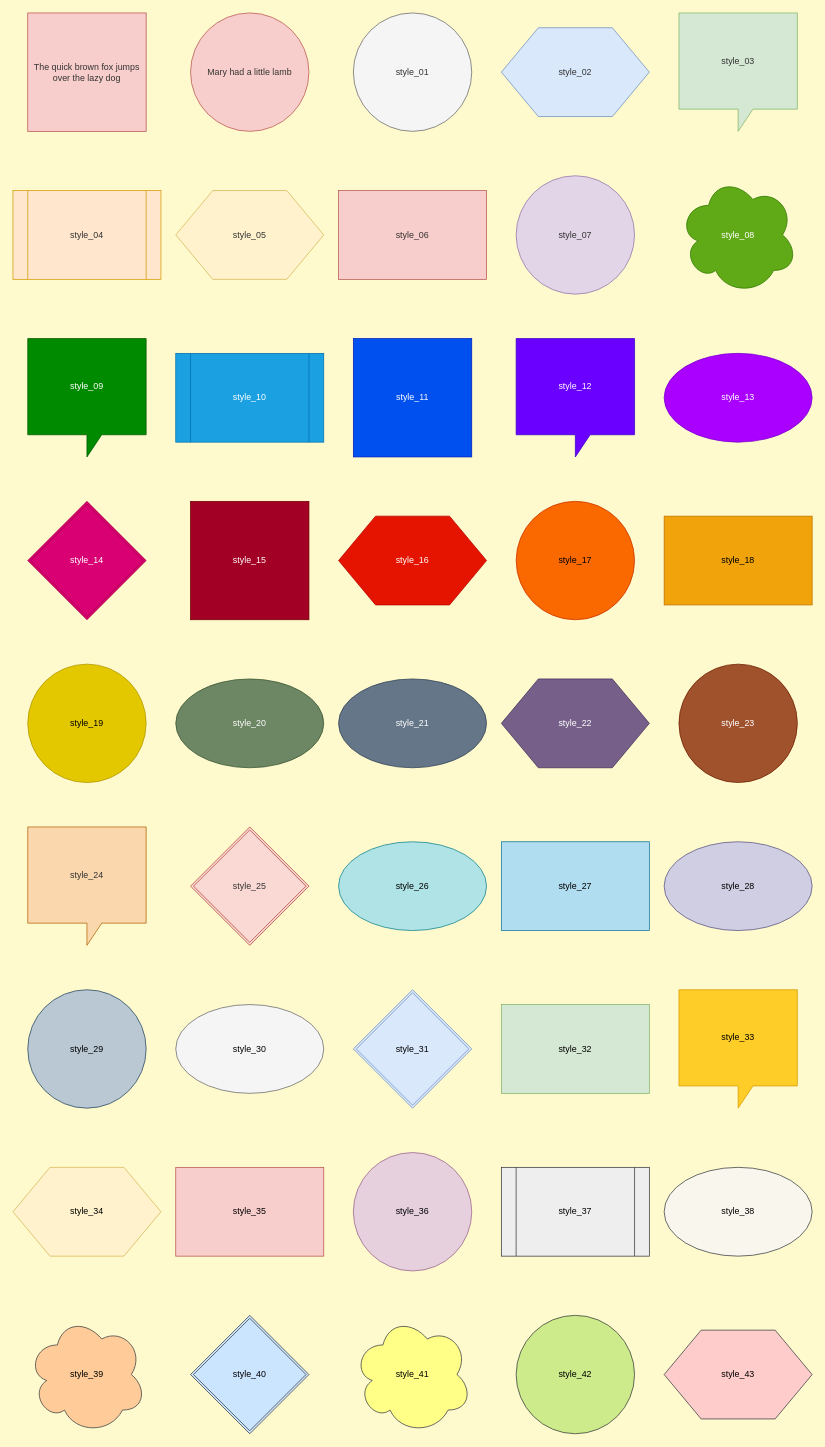
Earlier version of the draw.io diagram spec/.samples/drawio/25-themes.drawio (klueless-io/drawio_dsl). Source tidied: cells renumbered, new cells numbered last; positions are measured from the earlier drawing's top-left corner, leaving out a move shared by most shapes. Both pictures are drawn from the tidied source at 74%, with x=0, y=0 at pixel (13, 13).
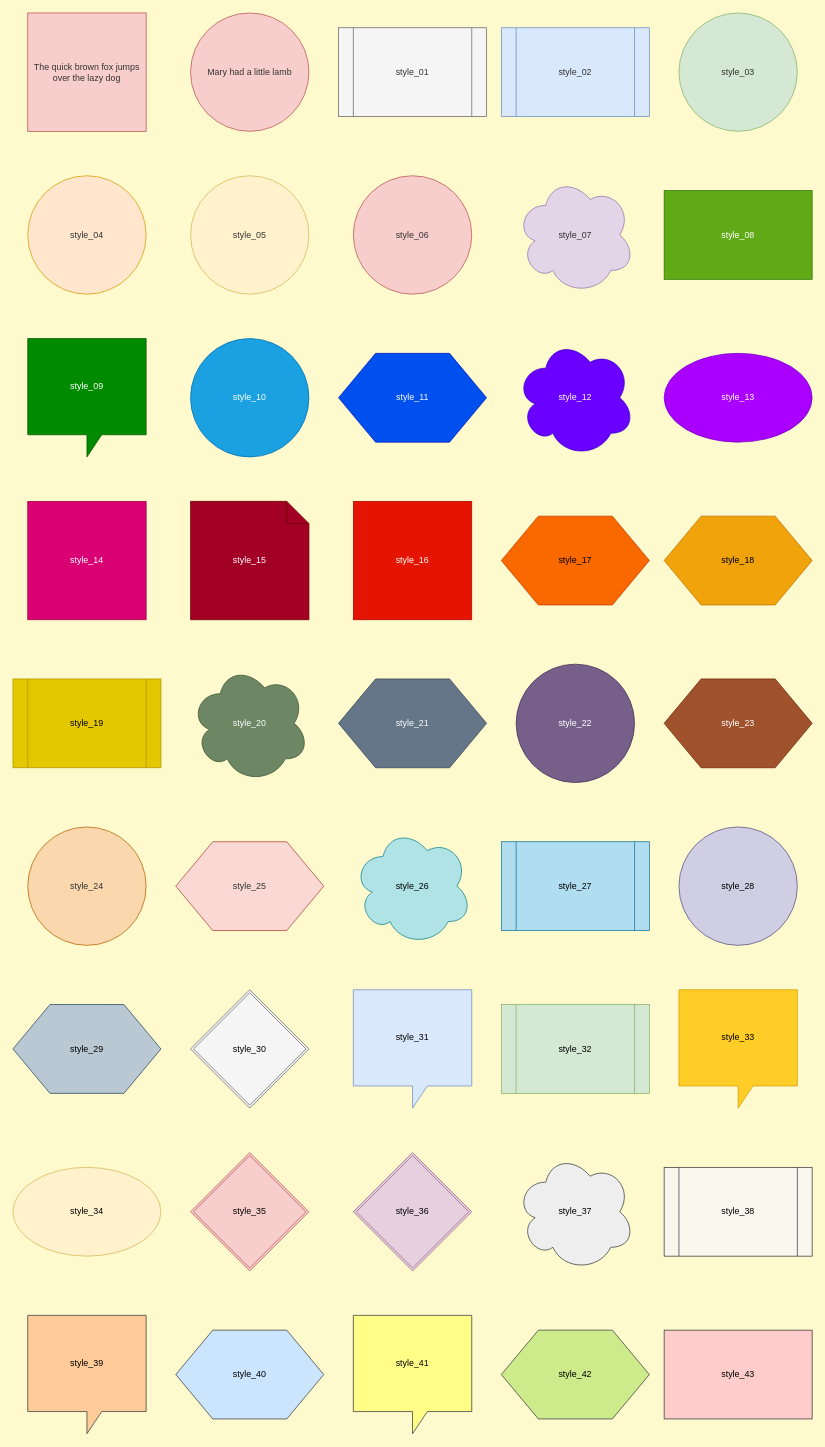
The same diagram, later.

Diff of the diagram source:
```diff
@@
-    <mxCell id="0" />
-    <mxCell id="1" parent="0" />
+    <mxCell id="47" />
+    <mxCell id="48" parent="47" />
-    <mxCell id="2" value="The quick brown fox jumps over the lazy dog" style="whiteSpace=wrap;html=1;fillColor=#f8cecc;strokeColor=#b85450;fontColor=#333333;" parent="1" vertex="1">
+    <mxCell id="2" value="The quick brown fox jumps over the lazy dog" style="whiteSpace=wrap;html=1;fillColor=#f8cecc;strokeColor=#b85450;fontColor=#333333;" parent="48" vertex="1">
       <mxGeometry x="20" width="160" height="160" as="geometry" />
     </mxCell>
-    <mxCell id="3" value="Mary had a little lamb" style="double=1;ellipse;whiteSpace=wrap;html=1;fillColor=#f8cecc;strokeColor=#b85450;fontColor=#333333;" parent="1" vertex="1">
+    <mxCell id="3" value="Mary had a little lamb" style="double=1;ellipse;whiteSpace=wrap;html=1;fillColor=#f8cecc;strokeColor=#b85450;fontColor=#333333;" parent="48" vertex="1">
       <mxGeometry x="240" width="160" height="160" as="geometry" />
     </mxCell>
-    <mxCell id="4" value="style_01" style="double=1;ellipse;whiteSpace=wrap;html=1;fillColor=#f5f5f5;strokeColor=#666666;fontColor=#333333;" parent="1" vertex="1">
-      <mxGeometry x="460" width="160" height="160" as="geometry" />
+    <mxCell id="4" value="style_01" style="double=1;shape=process;whiteSpace=wrap;html=1;fillColor=#f5f5f5;strokeColor=#666666;fontColor=#333333;" parent="48" vertex="1">
+      <mxGeometry x="440" y="20" width="200" height="120" as="geometry" />
     </mxCell>
-    <mxCell id="5" value="style_02" style="double=1;shape=hexagon;whiteSpace=wrap;html=1;fillColor=#dae8fc;strokeColor=#6c8ebf;fontColor=#333333;" parent="1" vertex="1">
+    <mxCell id="5" value="style_02" style="double=1;shape=process;whiteSpace=wrap;html=1;fillColor=#dae8fc;strokeColor=#6c8ebf;fontColor=#333333;" parent="48" vertex="1">
       <mxGeometry x="660" y="20" width="200" height="120" as="geometry" />
     </mxCell>
-    <mxCell id="6" value="style_03" style="double=1;shape=callout;whiteSpace=wrap;html=1;fillColor=#d5e8d4;strokeColor=#82b366;fontColor=#333333;" parent="1" vertex="1">
+    <mxCell id="6" value="style_03" style="double=1;ellipse;whiteSpace=wrap;html=1;fillColor=#d5e8d4;strokeColor=#82b366;fontColor=#333333;" parent="48" vertex="1">
       <mxGeometry x="900" width="160" height="160" as="geometry" />
     </mxCell>
-    <mxCell id="7" value="style_04" style="double=1;shape=process;whiteSpace=wrap;html=1;fillColor=#ffe6cc;strokeColor=#d79b00;fontColor=#333333;" parent="1" vertex="1">
-      <mxGeometry y="240" width="200" height="120" as="geometry" />
+    <mxCell id="7" value="style_04" style="double=1;ellipse;whiteSpace=wrap;html=1;fillColor=#ffe6cc;strokeColor=#d79b00;fontColor=#333333;" parent="48" vertex="1">
+      <mxGeometry x="20" y="220" width="160" height="160" as="geometry" />
     </mxCell>
-    <mxCell id="8" value="style_05" style="double=1;shape=hexagon;whiteSpace=wrap;html=1;fillColor=#fff2cc;strokeColor=#d6b656;fontColor=#333333;" parent="1" vertex="1">
-      <mxGeometry x="220" y="240" width="200" height="120" as="geometry" />
+    <mxCell id="8" value="style_05" style="double=1;ellipse;whiteSpace=wrap;html=1;fillColor=#fff2cc;strokeColor=#d6b656;fontColor=#333333;" parent="48" vertex="1">
+      <mxGeometry x="240" y="220" width="160" height="160" as="geometry" />
     </mxCell>
-    <mxCell id="9" value="style_06" style="whiteSpace=wrap;html=1;fillColor=#f8cecc;strokeColor=#b85450;fontColor=#333333;" parent="1" vertex="1">
-      <mxGeometry x="440" y="240" width="200" height="120" as="geometry" />
+    <mxCell id="9" value="style_06" style="double=1;ellipse;whiteSpace=wrap;html=1;fillColor=#f8cecc;strokeColor=#b85450;fontColor=#333333;" parent="48" vertex="1">
+      <mxGeometry x="460" y="220" width="160" height="160" as="geometry" />
     </mxCell>
-    <mxCell id="10" value="style_07" style="double=1;ellipse;whiteSpace=wrap;html=1;fillColor=#e1d5e7;strokeColor=#9673a6;fontColor=#333333;" parent="1" vertex="1">
+    <mxCell id="10" value="style_07" style="double=1;shape=cloud;whiteSpace=wrap;html=1;fillColor=#e1d5e7;strokeColor=#9673a6;fontColor=#333333;" parent="48" vertex="1">
       <mxGeometry x="680" y="220" width="160" height="160" as="geometry" />
     </mxCell>
-    <mxCell id="11" value="style_08" style="double=1;shape=cloud;whiteSpace=wrap;html=1;fillColor=#60a917;strokeColor=#2D7600;fontColor=#ffffff;" parent="1" vertex="1">
-      <mxGeometry x="900" y="220" width="160" height="160" as="geometry" />
+    <mxCell id="11" value="style_08" style="whiteSpace=wrap;html=1;fillColor=#60a917;strokeColor=#2D7600;fontColor=#ffffff;" parent="48" vertex="1">
+      <mxGeometry x="880" y="240" width="200" height="120" as="geometry" />
     </mxCell>
-    <mxCell id="12" value="style_09" style="double=1;shape=callout;whiteSpace=wrap;html=1;fillColor=#008a00;strokeColor=#005700;fontColor=#ffffff;" parent="1" vertex="1">
+    <mxCell id="12" value="style_09" style="double=1;shape=callout;whiteSpace=wrap;html=1;fillColor=#008a00;strokeColor=#005700;fontColor=#ffffff;" parent="48" vertex="1">
       <mxGeometry x="20" y="440" width="160" height="160" as="geometry" />
     </mxCell>
-    <mxCell id="13" value="style_10" style="double=1;shape=process;whiteSpace=wrap;html=1;fillColor=#1ba1e2;strokeColor=#006EAF;fontColor=#ffffff;" parent="1" vertex="1">
-      <mxGeometry x="220" y="460" width="200" height="120" as="geometry" />
+    <mxCell id="13" value="style_10" style="double=1;ellipse;whiteSpace=wrap;html=1;fillColor=#1ba1e2;strokeColor=#006EAF;fontColor=#ffffff;" parent="48" vertex="1">
+      <mxGeometry x="240" y="440" width="160" height="160" as="geometry" />
     </mxCell>
-    <mxCell id="14" value="style_11" style="whiteSpace=wrap;html=1;fillColor=#0050ef;strokeColor=#001DBC;fontColor=#ffffff;" parent="1" vertex="1">
-      <mxGeometry x="460" y="440" width="160" height="160" as="geometry" />
+    <mxCell id="14" value="style_11" style="double=1;shape=hexagon;whiteSpace=wrap;html=1;fillColor=#0050ef;strokeColor=#001DBC;fontColor=#ffffff;" parent="48" vertex="1">
+      <mxGeometry x="440" y="460" width="200" height="120" as="geometry" />
     </mxCell>
-    <mxCell id="15" value="style_12" style="double=1;shape=callout;whiteSpace=wrap;html=1;fillColor=#6a00ff;strokeColor=#3700CC;fontColor=#ffffff;" parent="1" vertex="1">
+    <mxCell id="15" value="style_12" style="double=1;shape=cloud;whiteSpace=wrap;html=1;fillColor=#6a00ff;strokeColor=#3700CC;fontColor=#ffffff;" parent="48" vertex="1">
       <mxGeometry x="680" y="440" width="160" height="160" as="geometry" />
     </mxCell>
-    <mxCell id="16" value="style_13" style="double=1;ellipse;whiteSpace=wrap;html=1;fillColor=#aa00ff;strokeColor=#7700CC;fontColor=#ffffff;" parent="1" vertex="1">
+    <mxCell id="16" value="style_13" style="double=1;ellipse;whiteSpace=wrap;html=1;fillColor=#aa00ff;strokeColor=#7700CC;fontColor=#ffffff;" parent="48" vertex="1">
       <mxGeometry x="880" y="460" width="200" height="120" as="geometry" />
     </mxCell>
-    <mxCell id="17" value="style_14" style="double=1;rhombus;whiteSpace=wrap;html=1;fillColor=#d80073;strokeColor=#A50040;fontColor=#ffffff;" parent="1" vertex="1">
+    <mxCell id="17" value="style_14" style="whiteSpace=wrap;html=1;fillColor=#d80073;strokeColor=#A50040;fontColor=#ffffff;" parent="48" vertex="1">
       <mxGeometry x="20" y="660" width="160" height="160" as="geometry" />
     </mxCell>
-    <mxCell id="18" value="style_15" style="whiteSpace=wrap;html=1;fillColor=#a20025;strokeColor=#6F0000;fontColor=#ffffff;" parent="1" vertex="1">
+    <mxCell id="18" value="style_15" style="double=1;shape=note;whiteSpace=wrap;html=1;fillColor=#a20025;strokeColor=#6F0000;fontColor=#ffffff;" parent="48" vertex="1">
       <mxGeometry x="240" y="660" width="160" height="160" as="geometry" />
     </mxCell>
-    <mxCell id="19" value="style_16" style="double=1;shape=hexagon;whiteSpace=wrap;html=1;fillColor=#e51400;strokeColor=#B20000;fontColor=#ffffff;" parent="1" vertex="1">
-      <mxGeometry x="440" y="680" width="200" height="120" as="geometry" />
+    <mxCell id="19" value="style_16" style="whiteSpace=wrap;html=1;fillColor=#e51400;strokeColor=#B20000;fontColor=#ffffff;" parent="48" vertex="1">
+      <mxGeometry x="460" y="660" width="160" height="160" as="geometry" />
     </mxCell>
-    <mxCell id="20" value="style_17" style="double=1;ellipse;whiteSpace=wrap;html=1;fillColor=#fa6800;strokeColor=#C73500;fontColor=#000000;" parent="1" vertex="1">
-      <mxGeometry x="680" y="660" width="160" height="160" as="geometry" />
+    <mxCell id="20" value="style_17" style="double=1;shape=hexagon;whiteSpace=wrap;html=1;fillColor=#fa6800;strokeColor=#C73500;fontColor=#000000;" parent="48" vertex="1">
+      <mxGeometry x="660" y="680" width="200" height="120" as="geometry" />
     </mxCell>
-    <mxCell id="21" value="style_18" style="whiteSpace=wrap;html=1;fillColor=#f0a30a;strokeColor=#BD7000;fontColor=#000000;" parent="1" vertex="1">
+    <mxCell id="21" value="style_18" style="double=1;shape=hexagon;whiteSpace=wrap;html=1;fillColor=#f0a30a;strokeColor=#BD7000;fontColor=#000000;" parent="48" vertex="1">
       <mxGeometry x="880" y="680" width="200" height="120" as="geometry" />
     </mxCell>
-    <mxCell id="22" value="style_19" style="double=1;ellipse;whiteSpace=wrap;html=1;fillColor=#e3c800;strokeColor=#B09500;fontColor=#000000;" parent="1" vertex="1">
-      <mxGeometry x="20" y="880" width="160" height="160" as="geometry" />
+    <mxCell id="22" value="style_19" style="double=1;shape=process;whiteSpace=wrap;html=1;fillColor=#e3c800;strokeColor=#B09500;fontColor=#000000;" parent="48" vertex="1">
+      <mxGeometry y="900" width="200" height="120" as="geometry" />
     </mxCell>
-    <mxCell id="23" value="style_20" style="double=1;ellipse;whiteSpace=wrap;html=1;fillColor=#6d8764;strokeColor=#3A5431;fontColor=#ffffff;" parent="1" vertex="1">
-      <mxGeometry x="220" y="900" width="200" height="120" as="geometry" />
+    <mxCell id="23" value="style_20" style="double=1;shape=cloud;whiteSpace=wrap;html=1;fillColor=#6d8764;strokeColor=#3A5431;fontColor=#ffffff;" parent="48" vertex="1">
+      <mxGeometry x="240" y="880" width="160" height="160" as="geometry" />
     </mxCell>
-    <mxCell id="24" value="style_21" style="double=1;ellipse;whiteSpace=wrap;html=1;fillColor=#647687;strokeColor=#314354;fontColor=#ffffff;" parent="1" vertex="1">
+    <mxCell id="24" value="style_21" style="double=1;shape=hexagon;whiteSpace=wrap;html=1;fillColor=#647687;strokeColor=#314354;fontColor=#ffffff;" parent="48" vertex="1">
       <mxGeometry x="440" y="900" width="200" height="120" as="geometry" />
     </mxCell>
-    <mxCell id="25" value="style_22" style="double=1;shape=hexagon;whiteSpace=wrap;html=1;fillColor=#76608a;strokeColor=#432D57;fontColor=#ffffff;" parent="1" vertex="1">
-      <mxGeometry x="660" y="900" width="200" height="120" as="geometry" />
+    <mxCell id="25" value="style_22" style="double=1;ellipse;whiteSpace=wrap;html=1;fillColor=#76608a;strokeColor=#432D57;fontColor=#ffffff;" parent="48" vertex="1">
+      <mxGeometry x="680" y="880" width="160" height="160" as="geometry" />
     </mxCell>
-    <mxCell id="26" value="style_23" style="double=1;ellipse;whiteSpace=wrap;html=1;fillColor=#a0522d;strokeColor=#6D1F00;fontColor=#ffffff;" parent="1" vertex="1">
-      <mxGeometry x="900" y="880" width="160" height="160" as="geometry" />
+    <mxCell id="26" value="style_23" style="double=1;shape=hexagon;whiteSpace=wrap;html=1;fillColor=#a0522d;strokeColor=#6D1F00;fontColor=#ffffff;" parent="48" vertex="1">
+      <mxGeometry x="880" y="900" width="200" height="120" as="geometry" />
     </mxCell>
-    <mxCell id="27" value="style_24" style="double=1;shape=callout;whiteSpace=wrap;html=1;fillColor=#fad7ac;strokeColor=#b46504;fontColor=#333333;" parent="1" vertex="1">
+    <mxCell id="27" value="style_24" style="double=1;ellipse;whiteSpace=wrap;html=1;fillColor=#fad7ac;strokeColor=#b46504;fontColor=#333333;" parent="48" vertex="1">
       <mxGeometry x="20" y="1100" width="160" height="160" as="geometry" />
     </mxCell>
-    <mxCell id="28" value="style_25" style="double=1;rhombus;whiteSpace=wrap;html=1;fillColor=#fad9d5;strokeColor=#ae4132;fontColor=#333333;" parent="1" vertex="1">
-      <mxGeometry x="240" y="1100" width="160" height="160" as="geometry" />
+    <mxCell id="28" value="style_25" style="double=1;shape=hexagon;whiteSpace=wrap;html=1;fillColor=#fad9d5;strokeColor=#ae4132;fontColor=#333333;" parent="48" vertex="1">
+      <mxGeometry x="220" y="1120" width="200" height="120" as="geometry" />
     </mxCell>
-    <mxCell id="29" value="style_26" style="double=1;ellipse;whiteSpace=wrap;html=1;fillColor=#b0e3e6;strokeColor=#0e8088;fontColor=#000000;" parent="1" vertex="1">
-      <mxGeometry x="440" y="1120" width="200" height="120" as="geometry" />
+    <mxCell id="29" value="style_26" style="double=1;shape=cloud;whiteSpace=wrap;html=1;fillColor=#b0e3e6;strokeColor=#0e8088;fontColor=#000000;" parent="48" vertex="1">
+      <mxGeometry x="460" y="1100" width="160" height="160" as="geometry" />
     </mxCell>
-    <mxCell id="30" value="style_27" style="whiteSpace=wrap;html=1;fillColor=#b1ddf0;strokeColor=#10739e;fontColor=#000000;" parent="1" vertex="1">
+    <mxCell id="30" value="style_27" style="double=1;shape=process;whiteSpace=wrap;html=1;fillColor=#b1ddf0;strokeColor=#10739e;fontColor=#000000;" parent="48" vertex="1">
       <mxGeometry x="660" y="1120" width="200" height="120" as="geometry" />
     </mxCell>
-    <mxCell id="31" value="style_28" style="double=1;ellipse;whiteSpace=wrap;html=1;fillColor=#d0cee2;strokeColor=#56517e;fontColor=#000000;" parent="1" vertex="1">
-      <mxGeometry x="880" y="1120" width="200" height="120" as="geometry" />
+    <mxCell id="31" value="style_28" style="double=1;ellipse;whiteSpace=wrap;html=1;fillColor=#d0cee2;strokeColor=#56517e;fontColor=#000000;" parent="48" vertex="1">
+      <mxGeometry x="900" y="1100" width="160" height="160" as="geometry" />
     </mxCell>
-    <mxCell id="32" value="style_29" style="double=1;ellipse;whiteSpace=wrap;html=1;fillColor=#bac8d3;strokeColor=#23445d;fontColor=#000000;" parent="1" vertex="1">
-      <mxGeometry x="20" y="1320" width="160" height="160" as="geometry" />
+    <mxCell id="32" value="style_29" style="double=1;shape=hexagon;whiteSpace=wrap;html=1;fillColor=#bac8d3;strokeColor=#23445d;fontColor=#000000;" parent="48" vertex="1">
+      <mxGeometry y="1340" width="200" height="120" as="geometry" />
     </mxCell>
-    <mxCell id="33" value="style_30" style="double=1;ellipse;whiteSpace=wrap;html=1;fillColor=#f5f5f5;strokeColor=#666666;fontColor=#000000;gradient=#b3b3b3;" parent="1" vertex="1">
-      <mxGeometry x="220" y="1340" width="200" height="120" as="geometry" />
+    <mxCell id="33" value="style_30" style="double=1;rhombus;whiteSpace=wrap;html=1;fillColor=#f5f5f5;strokeColor=#666666;fontColor=#000000;gradient=#b3b3b3;" parent="48" vertex="1">
+      <mxGeometry x="240" y="1320" width="160" height="160" as="geometry" />
     </mxCell>
-    <mxCell id="34" value="style_31" style="double=1;rhombus;whiteSpace=wrap;html=1;fillColor=#dae8fc;strokeColor=#6c8ebf;fontColor=#000000;gradient=#7ea6e0;" parent="1" vertex="1">
+    <mxCell id="34" value="style_31" style="double=1;shape=callout;whiteSpace=wrap;html=1;fillColor=#dae8fc;strokeColor=#6c8ebf;fontColor=#000000;gradient=#7ea6e0;" parent="48" vertex="1">
       <mxGeometry x="460" y="1320" width="160" height="160" as="geometry" />
     </mxCell>
-    <mxCell id="35" value="style_32" style="whiteSpace=wrap;html=1;fillColor=#d5e8d4;strokeColor=#82b366;fontColor=#000000;gradient=#97d077;" parent="1" vertex="1">
+    <mxCell id="35" value="style_32" style="double=1;shape=process;whiteSpace=wrap;html=1;fillColor=#d5e8d4;strokeColor=#82b366;fontColor=#000000;gradient=#97d077;" parent="48" vertex="1">
       <mxGeometry x="660" y="1340" width="200" height="120" as="geometry" />
     </mxCell>
-    <mxCell id="36" value="style_33" style="double=1;shape=callout;whiteSpace=wrap;html=1;fillColor=#ffcd28;strokeColor=#d79b00;fontColor=#000000;gradient=#ffa500;" parent="1" vertex="1">
+    <mxCell id="36" value="style_33" style="double=1;shape=callout;whiteSpace=wrap;html=1;fillColor=#ffcd28;strokeColor=#d79b00;fontColor=#000000;gradient=#ffa500;" parent="48" vertex="1">
       <mxGeometry x="900" y="1320" width="160" height="160" as="geometry" />
     </mxCell>
-    <mxCell id="37" value="style_34" style="double=1;shape=hexagon;whiteSpace=wrap;html=1;fillColor=#fff2cc;strokeColor=#d6b656;fontColor=#000000;gradient=#ffd966;" parent="1" vertex="1">
+    <mxCell id="37" value="style_34" style="double=1;ellipse;whiteSpace=wrap;html=1;fillColor=#fff2cc;strokeColor=#d6b656;fontColor=#000000;gradient=#ffd966;" parent="48" vertex="1">
       <mxGeometry y="1560" width="200" height="120" as="geometry" />
     </mxCell>
-    <mxCell id="38" value="style_35" style="whiteSpace=wrap;html=1;fillColor=#f8cecc;strokeColor=#b85450;fontColor=#000000;gradient=#ea6b66;" parent="1" vertex="1">
-      <mxGeometry x="220" y="1560" width="200" height="120" as="geometry" />
+    <mxCell id="38" value="style_35" style="double=1;rhombus;whiteSpace=wrap;html=1;fillColor=#f8cecc;strokeColor=#b85450;fontColor=#000000;gradient=#ea6b66;" parent="48" vertex="1">
+      <mxGeometry x="240" y="1540" width="160" height="160" as="geometry" />
     </mxCell>
-    <mxCell id="39" value="style_36" style="double=1;ellipse;whiteSpace=wrap;html=1;fillColor=#e6d0de;strokeColor=#996185;fontColor=#000000;gradient=#d5739d;" parent="1" vertex="1">
+    <mxCell id="39" value="style_36" style="double=1;rhombus;whiteSpace=wrap;html=1;fillColor=#e6d0de;strokeColor=#996185;fontColor=#000000;gradient=#d5739d;" parent="48" vertex="1">
       <mxGeometry x="460" y="1540" width="160" height="160" as="geometry" />
     </mxCell>
-    <mxCell id="40" value="style_37" style="double=1;shape=process;whiteSpace=wrap;html=1;fillColor=#eeeeee;strokeColor=#36393d;fontColor=#000000;" parent="1" vertex="1">
-      <mxGeometry x="660" y="1560" width="200" height="120" as="geometry" />
+    <mxCell id="40" value="style_37" style="double=1;shape=cloud;whiteSpace=wrap;html=1;fillColor=#eeeeee;strokeColor=#36393d;fontColor=#000000;" parent="48" vertex="1">
+      <mxGeometry x="680" y="1540" width="160" height="160" as="geometry" />
     </mxCell>
-    <mxCell id="41" value="style_38" style="double=1;ellipse;whiteSpace=wrap;html=1;fillColor=#f9f7ed;strokeColor=#36393d;fontColor=#000000;" parent="1" vertex="1">
+    <mxCell id="41" value="style_38" style="double=1;shape=process;whiteSpace=wrap;html=1;fillColor=#f9f7ed;strokeColor=#36393d;fontColor=#000000;" parent="48" vertex="1">
       <mxGeometry x="880" y="1560" width="200" height="120" as="geometry" />
     </mxCell>
-    <mxCell id="42" value="style_39" style="double=1;shape=cloud;whiteSpace=wrap;html=1;fillColor=#ffcc99;strokeColor=#36393d;fontColor=#000000;" parent="1" vertex="1">
+    <mxCell id="42" value="style_39" style="double=1;shape=callout;whiteSpace=wrap;html=1;fillColor=#ffcc99;strokeColor=#36393d;fontColor=#000000;" parent="48" vertex="1">
       <mxGeometry x="20" y="1760" width="160" height="160" as="geometry" />
     </mxCell>
-    <mxCell id="43" value="style_40" style="double=1;rhombus;whiteSpace=wrap;html=1;fillColor=#cce5ff;strokeColor=#36393d;fontColor=#000000;" parent="1" vertex="1">
-      <mxGeometry x="240" y="1760" width="160" height="160" as="geometry" />
+    <mxCell id="43" value="style_40" style="double=1;shape=hexagon;whiteSpace=wrap;html=1;fillColor=#cce5ff;strokeColor=#36393d;fontColor=#000000;" parent="48" vertex="1">
+      <mxGeometry x="220" y="1780" width="200" height="120" as="geometry" />
     </mxCell>
-    <mxCell id="44" value="style_41" style="double=1;shape=cloud;whiteSpace=wrap;html=1;fillColor=#ffff88;strokeColor=#36393d;fontColor=#000000;" parent="1" vertex="1">
+    <mxCell id="44" value="style_41" style="double=1;shape=callout;whiteSpace=wrap;html=1;fillColor=#ffff88;strokeColor=#36393d;fontColor=#000000;" parent="48" vertex="1">
       <mxGeometry x="460" y="1760" width="160" height="160" as="geometry" />
     </mxCell>
-    <mxCell id="45" value="style_42" style="double=1;ellipse;whiteSpace=wrap;html=1;fillColor=#cdeb8b;strokeColor=#36393d;fontColor=#000000;" parent="1" vertex="1">
-      <mxGeometry x="680" y="1760" width="160" height="160" as="geometry" />
+    <mxCell id="45" value="style_42" style="double=1;shape=hexagon;whiteSpace=wrap;html=1;fillColor=#cdeb8b;strokeColor=#36393d;fontColor=#000000;" parent="48" vertex="1">
+      <mxGeometry x="660" y="1780" width="200" height="120" as="geometry" />
     </mxCell>
-    <mxCell id="46" value="style_43" style="double=1;shape=hexagon;whiteSpace=wrap;html=1;fillColor=#ffcccc;strokeColor=#36393d;fontColor=#000000;" parent="1" vertex="1">
+    <mxCell id="46" value="style_43" style="whiteSpace=wrap;html=1;fillColor=#ffcccc;strokeColor=#36393d;fontColor=#000000;" parent="48" vertex="1">
       <mxGeometry x="880" y="1780" width="200" height="120" as="geometry" />
     </mxCell>
```
